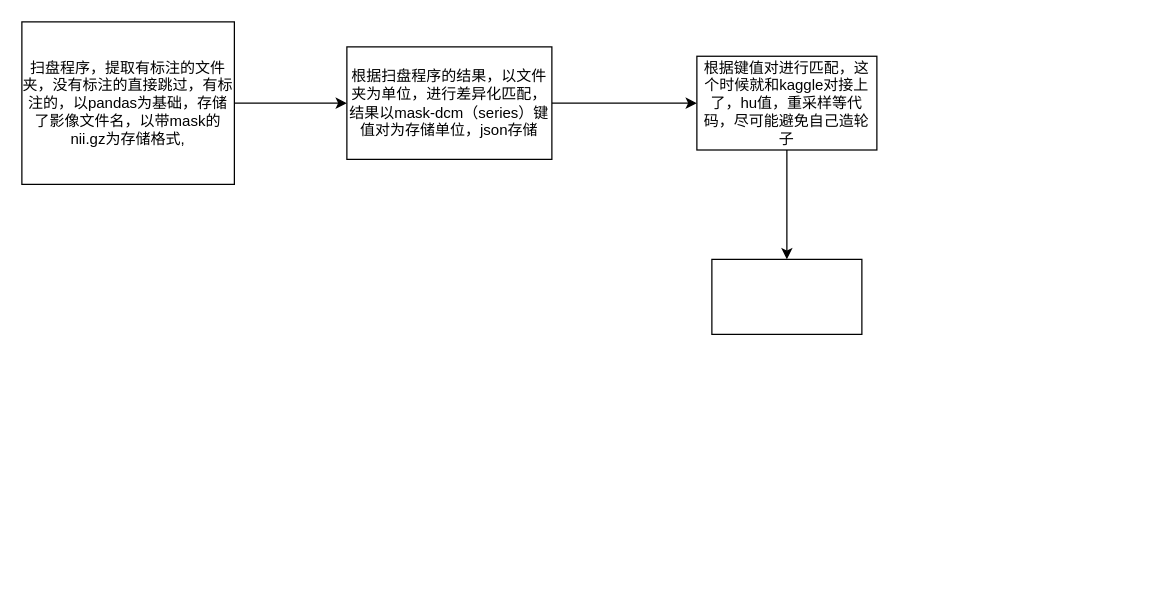
The draw.io diagram data_processing/pipeline.drawio in wyh196646/AI_Lung_nodule, before the edit. Source tidied: cells renumbered, new cells numbered last; positions are measured from the earlier drawing's top-left corner, leaving out a move shared by most shapes. Both pictures are drawn from the tidied source at 125%, with x=0, y=0 at pixel (21, 21).
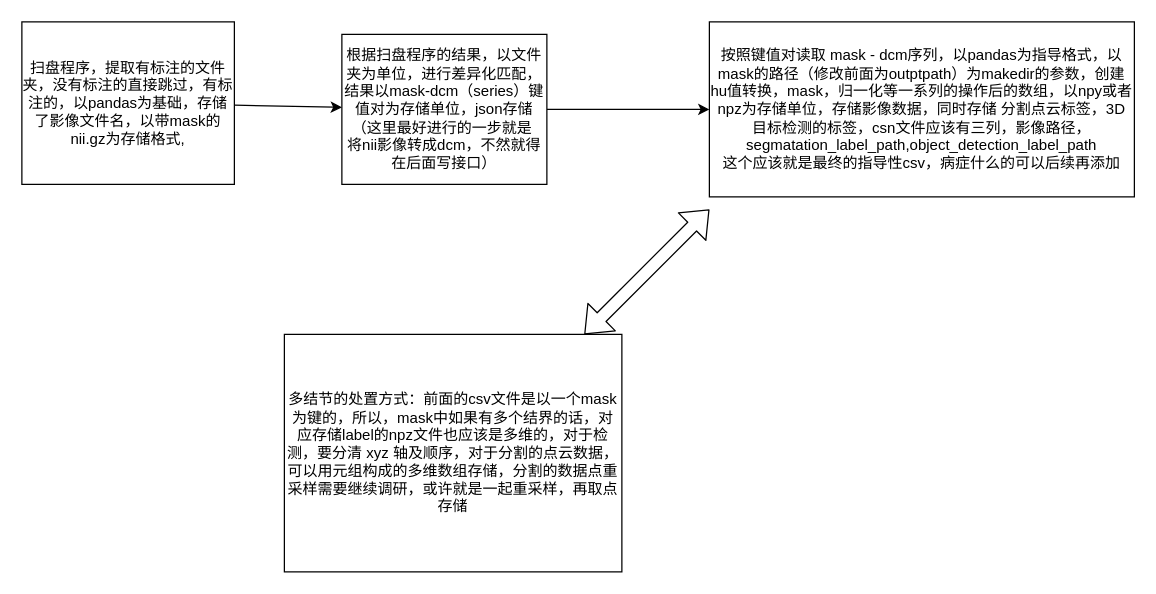
Above is the later version.

What changed in the source:
```diff
@@
 <mxGraphModel>
   <root>
     <mxCell id="0" />
     <mxCell id="1" parent="0" />
     <mxCell id="2" style="edgeStyle=none;html=1;" parent="1" edge="1" source="3" target="5">
       <mxGeometry relative="1" as="geometry" />
     </mxCell>
     <mxCell id="3" value="扫盘程序，提取有标注的文件夹，没有标注的直接跳过，有标注的，以pandas为基础，存储了影像文件名，以带mask的nii.gz为存储格式," style="rounded=0;whiteSpace=wrap;html=1;" parent="1" vertex="1">
       <mxGeometry width="170" height="130" as="geometry" />
     </mxCell>
     <mxCell id="4" style="edgeStyle=none;html=1;" parent="1" edge="1" source="5" target="7">
       <mxGeometry relative="1" as="geometry" />
     </mxCell>
-    <mxCell id="5" value="根据扫盘程序的结果，以文件夹为单位，进行差异化匹配，结果以mask-dcm（series）键值对为存储单位，json存储" style="rounded=0;whiteSpace=wrap;html=1;" parent="1" vertex="1">
-      <mxGeometry x="260" y="20" width="164" height="90" as="geometry" />
+    <mxCell id="5" value="根据扫盘程序的结果，以文件夹为单位，进行差异化匹配，结果以mask-dcm（series）键值对为存储单位，json存储（这里最好进行的一步就是&amp;nbsp; 将nii影像转成dcm，不然就得在后面写接口）" style="rounded=0;whiteSpace=wrap;html=1;" parent="1" vertex="1">
+      <mxGeometry x="256" y="10" width="164" height="120" as="geometry" />
     </mxCell>
-    <mxCell id="6" style="edgeStyle=none;html=1;" parent="1" edge="1" source="7" target="8">
-      <mxGeometry relative="1" as="geometry" />
-    </mxCell>
-    <mxCell id="7" value="根据键值对进行匹配，这个时候就和kaggle对接上了，hu值，重采样等代码，尽可能避免自己造轮子" style="whiteSpace=wrap;html=1;rounded=0;" parent="1" vertex="1">
-      <mxGeometry x="540" y="27.5" width="144" height="75" as="geometry" />
+    <mxCell id="7" value="按照键值对读取 mask - dcm序列，以pandas为指导格式，以mask的路径（修改前面为outptpath）为makedir的参数，创建hu值转换，mask，归一化等一系列的操作后的数组，以npy或者npz为存储单位，存储影像数据，同时存储 分割点云标签，3D目标检测的标签，csn文件应该有三列，影像路径，segmatation_label_path,object_detection_label_path&lt;br&gt;这个应该就是最终的指导性csv，病症什么的可以后续再添加&lt;br&gt;" style="whiteSpace=wrap;html=1;rounded=0;" parent="1" vertex="1">
+      <mxGeometry x="550" width="340" height="140" as="geometry" />
     </mxCell>
-    <mxCell id="8" style="whiteSpace=wrap;html=1;rounded=0;" parent="1" vertex="1">
-      <mxGeometry x="552" y="190" width="120" height="60" as="geometry" />
-    </mxCell>
+    <mxCell id="9" value="多结节的处置方式：前面的csv文件是以一个mask为键的，所以，mask中如果有多个结界的话，对应存储label的npz文件也应该是多维的，对于检测，要分清 xyz 轴及顺序，对于分割的点云数据，可以用元组构成的多维数组存储，分割的数据点重采样需要继续调研，或许就是一起重采样，再取点存储&lt;br&gt;" style="whiteSpace=wrap;html=1;" parent="1" vertex="1">
+      <mxGeometry x="210" y="250" width="270" height="190" as="geometry" />
+    </mxCell>
+    <mxCell id="10" style="shape=flexArrow;endArrow=classic;startArrow=classic;html=1;" parent="1" edge="1">
+      <mxGeometry relative="1" as="geometry">
+        <mxPoint x="450" y="250" as="sourcePoint" />
+        <mxPoint x="550" y="150" as="targetPoint" />
+      </mxGeometry>
+    </mxCell>
   </root>
 </mxGraphModel>
```
